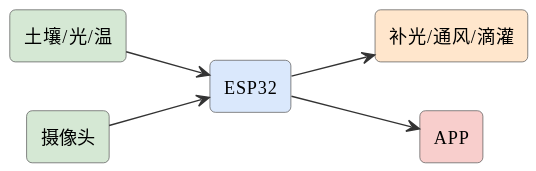
mingyi0818/IntelligentMcuCourse keeps this PlantUML diagram as assets/diagrams/ideas-fig23.svg. Above is the earlier version.
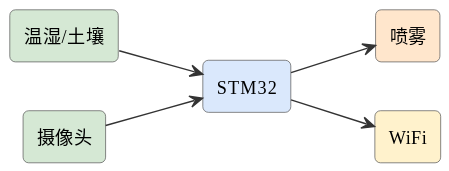
Later version of the same file.

The edit, as a diff of the source:
```diff
@@ -6,13 +6,13 @@
 skinparam arrowFontSize 11
 skinparam arrowColor #333
 left to right direction
-rectangle "土壤/光/温" as s #d5e8d4
-rectangle "ESP32" as esp #dae8fc
-rectangle "补光/通风/滴灌" as act #ffe6cc
+rectangle "温湿/土壤" as s #d5e8d4
+rectangle "STM32" as stm #dae8fc
+rectangle "喷雾" as pump #ffe6cc
 rectangle "摄像头" as cam #d5e8d4
-rectangle "APP" as app #f8cecc
-s --> esp
-esp --> act
-cam --> esp
-esp --> app
+rectangle "WiFi" as wifi #fff2cc
+s --> stm
+stm --> pump
+cam --> stm
+stm --> wifi
 @enduml
```
